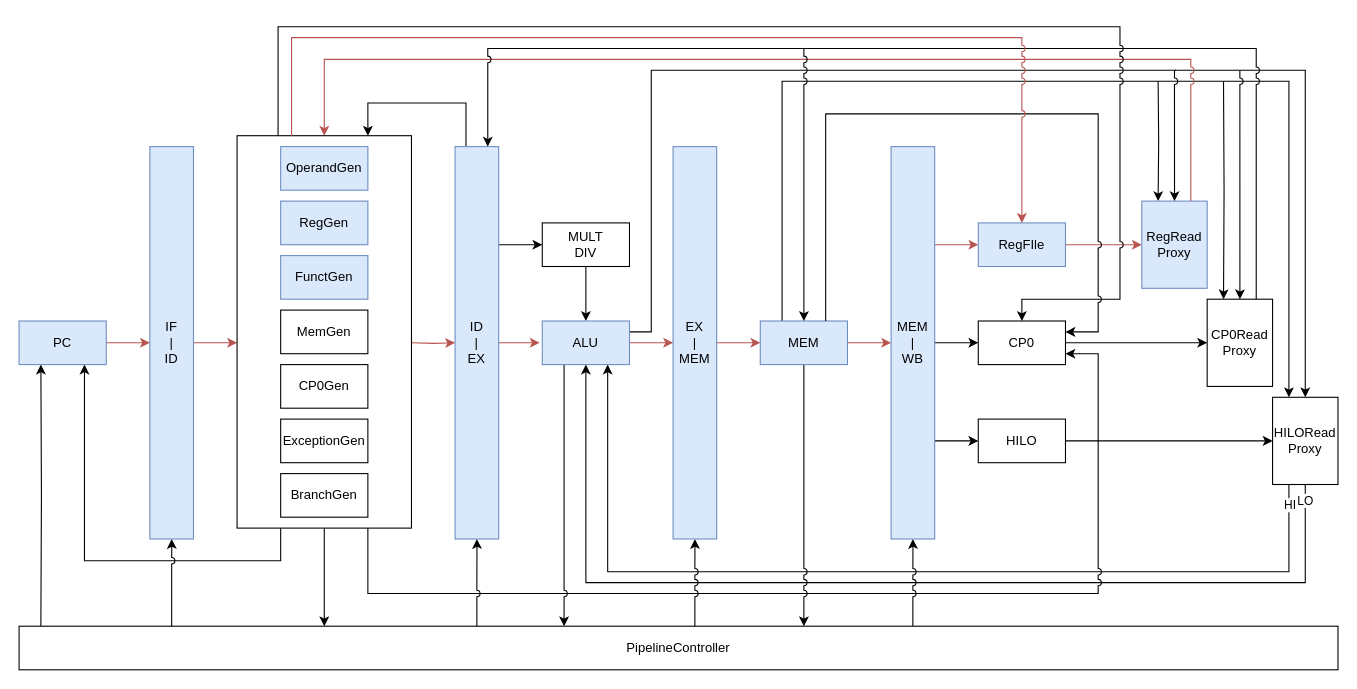
umiskky/Diagrams keeps this draw.io diagram as CS/ExternMIPS/分支跳转指令/BEQ.drawio. Above is the earlier version. Source tidied: cells renumbered, new cells numbered last; positions are measured from the earlier drawing's top-left corner, leaving out a move shared by most shapes. Both pictures are drawn from the tidied source at 109%, with x=0, y=0 at pixel (19, 26).
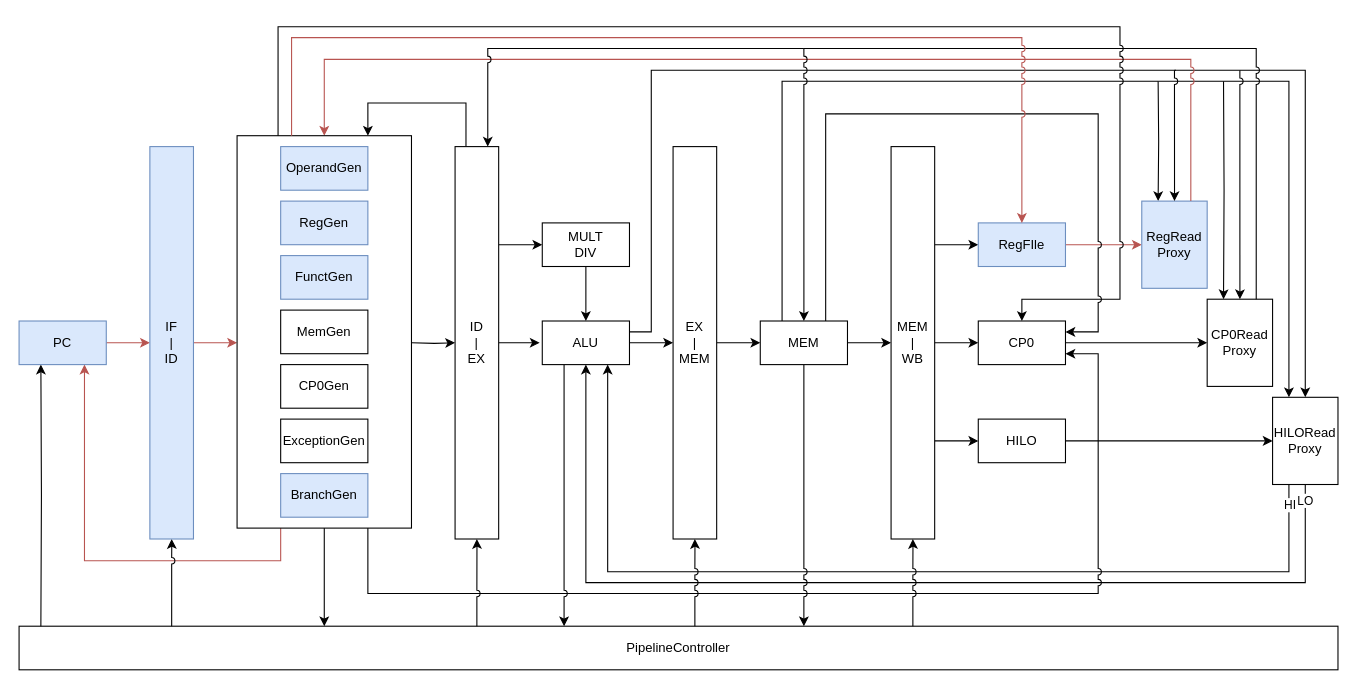
The same diagram, later.

Unchanged cells that the change refers to:
```xml
<mxCell id="17" value="PC" style="rounded=0;whiteSpace=wrap;html=1;fillColor=#dae8fc;strokeColor=#6c8ebf;" parent="1" vertex="1">
  <mxGeometry y="270" width="80" height="40" as="geometry" />
</mxCell>
<mxCell id="45" value="RegFIle" style="rounded=0;whiteSpace=wrap;html=1;fillColor=#dae8fc;strokeColor=#6c8ebf;" parent="1" vertex="1">
  <mxGeometry x="880" y="180" width="80" height="40" as="geometry" />
</mxCell>
<mxCell id="60" value="&lt;blockquote style=&quot;margin: 0 0 0 40px ; border: none ; padding: 0px&quot;&gt;&lt;/blockquote&gt;" style="rounded=0;whiteSpace=wrap;html=1;align=left;" parent="1" vertex="1">
  <mxGeometry x="200" y="100" width="160" height="360" as="geometry" />
</mxCell>
```

What changed in the source:
```diff
@@
-    <mxCell id="10" style="edgeStyle=orthogonalEdgeStyle;rounded=0;jettySize=auto;html=1;entryX=0.75;entryY=1;entryDx=0;entryDy=0;" parent="1" edge="1" source="60" target="17">
+    <mxCell id="10" style="edgeStyle=orthogonalEdgeStyle;rounded=0;jettySize=auto;html=1;entryX=0.75;entryY=1;entryDx=0;entryDy=0;fillColor=#f8cecc;strokeColor=#b85450;" parent="1" edge="1" source="60" target="17">
       <mxGeometry relative="1" as="geometry">
         <Array as="points">
           <mxPoint x="240" y="490" />
           <mxPoint x="60" y="490" />
         </Array>
       </mxGeometry>
     </mxCell>
@@
-    <mxCell id="22" style="edgeStyle=orthogonalEdgeStyle;rounded=0;jettySize=auto;html=1;exitX=1;exitY=0.5;exitDx=0;exitDy=0;entryX=-0.03;entryY=0.482;entryDx=0;entryDy=0;entryPerimeter=0;fillColor=#f8cecc;strokeColor=#b85450;" parent="1" edge="1" source="25" target="40">
+    <mxCell id="22" style="edgeStyle=orthogonalEdgeStyle;rounded=0;jettySize=auto;html=1;exitX=1;exitY=0.5;exitDx=0;exitDy=0;entryX=-0.03;entryY=0.482;entryDx=0;entryDy=0;entryPerimeter=0;" parent="1" edge="1" source="25" target="40">
       <mxGeometry relative="1" as="geometry" />
     </mxCell>
@@
-    <mxCell id="25" value="ID&lt;br&gt;|&lt;br&gt;EX" style="rounded=0;whiteSpace=wrap;html=1;fillColor=#dae8fc;strokeColor=#6c8ebf;" parent="1" vertex="1">
+    <mxCell id="25" value="ID&lt;br&gt;|&lt;br&gt;EX" style="rounded=0;whiteSpace=wrap;html=1;" parent="1" vertex="1">
       <mxGeometry x="400" y="110" width="40" height="360" as="geometry" />
     </mxCell>
-    <mxCell id="26" style="edgeStyle=orthogonalEdgeStyle;rounded=0;jettySize=auto;html=1;exitX=1;exitY=0.5;exitDx=0;exitDy=0;entryX=0;entryY=0.5;entryDx=0;entryDy=0;fillColor=#f8cecc;strokeColor=#b85450;" parent="1" edge="1" source="28" target="43">
+    <mxCell id="26" style="edgeStyle=orthogonalEdgeStyle;rounded=0;jettySize=auto;html=1;exitX=1;exitY=0.5;exitDx=0;exitDy=0;entryX=0;entryY=0.5;entryDx=0;entryDy=0;" parent="1" edge="1" source="28" target="43">
       <mxGeometry relative="1" as="geometry" />
     </mxCell>
@@
-    <mxCell id="28" value="EX&lt;br&gt;|&lt;br&gt;MEM" style="rounded=0;whiteSpace=wrap;html=1;fillColor=#dae8fc;strokeColor=#6c8ebf;" parent="1" vertex="1">
+    <mxCell id="28" value="EX&lt;br&gt;|&lt;br&gt;MEM" style="rounded=0;whiteSpace=wrap;html=1;" parent="1" vertex="1">
       <mxGeometry x="600" y="110" width="40" height="360" as="geometry" />
     </mxCell>
@@
-    <mxCell id="30" style="edgeStyle=orthogonalEdgeStyle;rounded=0;jettySize=auto;html=1;exitX=1;exitY=0.25;exitDx=0;exitDy=0;entryX=0;entryY=0.5;entryDx=0;entryDy=0;fillColor=#f8cecc;strokeColor=#b85450;" parent="1" edge="1" source="33" target="45">
+    <mxCell id="30" style="edgeStyle=orthogonalEdgeStyle;rounded=0;jettySize=auto;html=1;exitX=1;exitY=0.25;exitDx=0;exitDy=0;entryX=0;entryY=0.5;entryDx=0;entryDy=0;" parent="1" edge="1" source="33" target="45">
       <mxGeometry relative="1" as="geometry" />
     </mxCell>
@@
-    <mxCell id="33" value="MEM&lt;br&gt;|&lt;br&gt;WB" style="rounded=0;whiteSpace=wrap;html=1;fillColor=#dae8fc;strokeColor=#6c8ebf;" parent="1" vertex="1">
+    <mxCell id="33" value="MEM&lt;br&gt;|&lt;br&gt;WB" style="rounded=0;whiteSpace=wrap;html=1;" parent="1" vertex="1">
       <mxGeometry x="800" y="110" width="40" height="360" as="geometry" />
     </mxCell>
-    <mxCell id="34" style="edgeStyle=orthogonalEdgeStyle;rounded=0;jettySize=auto;html=1;exitX=1;exitY=0.5;exitDx=0;exitDy=0;entryX=0;entryY=0.5;entryDx=0;entryDy=0;fillColor=#f8cecc;strokeColor=#b85450;" parent="1" edge="1" target="25">
+    <mxCell id="34" style="edgeStyle=orthogonalEdgeStyle;rounded=0;jettySize=auto;html=1;exitX=1;exitY=0.5;exitDx=0;exitDy=0;entryX=0;entryY=0.5;entryDx=0;entryDy=0;" parent="1" edge="1" target="25">
       <mxGeometry relative="1" as="geometry">
         <mxPoint x="360" y="290" as="sourcePoint" />
       </mxGeometry>
     </mxCell>
@@
-    <mxCell id="38" style="edgeStyle=orthogonalEdgeStyle;rounded=0;jettySize=auto;html=1;exitX=1;exitY=0.5;exitDx=0;exitDy=0;entryX=0;entryY=0.5;entryDx=0;entryDy=0;fillColor=#f8cecc;strokeColor=#b85450;" parent="1" edge="1" source="40" target="28">
+    <mxCell id="38" style="edgeStyle=orthogonalEdgeStyle;rounded=0;jettySize=auto;html=1;exitX=1;exitY=0.5;exitDx=0;exitDy=0;entryX=0;entryY=0.5;entryDx=0;entryDy=0;" parent="1" edge="1" source="40" target="28">
       <mxGeometry relative="1" as="geometry" />
     </mxCell>
@@
-    <mxCell id="40" value="ALU" style="rounded=0;whiteSpace=wrap;html=1;fillColor=#dae8fc;strokeColor=#6c8ebf;" parent="1" vertex="1">
+    <mxCell id="40" value="ALU" style="rounded=0;whiteSpace=wrap;html=1;" parent="1" vertex="1">
       <mxGeometry x="480" y="270" width="80" height="40" as="geometry" />
     </mxCell>
-    <mxCell id="41" style="edgeStyle=orthogonalEdgeStyle;rounded=0;jettySize=auto;html=1;exitX=1;exitY=0.5;exitDx=0;exitDy=0;entryX=0;entryY=0.5;entryDx=0;entryDy=0;fillColor=#f8cecc;strokeColor=#b85450;" parent="1" edge="1" source="43" target="33">
+    <mxCell id="41" style="edgeStyle=orthogonalEdgeStyle;rounded=0;jettySize=auto;html=1;exitX=1;exitY=0.5;exitDx=0;exitDy=0;entryX=0;entryY=0.5;entryDx=0;entryDy=0;" parent="1" edge="1" source="43" target="33">
       <mxGeometry relative="1" as="geometry" />
     </mxCell>
@@
-    <mxCell id="43" value="MEM" style="rounded=0;whiteSpace=wrap;html=1;fillColor=#dae8fc;strokeColor=#6c8ebf;" parent="1" vertex="1">
+    <mxCell id="43" value="MEM" style="rounded=0;whiteSpace=wrap;html=1;" parent="1" vertex="1">
       <mxGeometry x="680" y="270" width="80" height="40" as="geometry" />
     </mxCell>
@@
-    <mxCell id="66" value="BranchGen" style="rounded=0;whiteSpace=wrap;html=1;" parent="1" vertex="1">
+    <mxCell id="66" value="BranchGen" style="rounded=0;whiteSpace=wrap;html=1;fillColor=#dae8fc;strokeColor=#6c8ebf;" parent="1" vertex="1">
       <mxGeometry x="240" y="410" width="80" height="40" as="geometry" />
     </mxCell>
```
